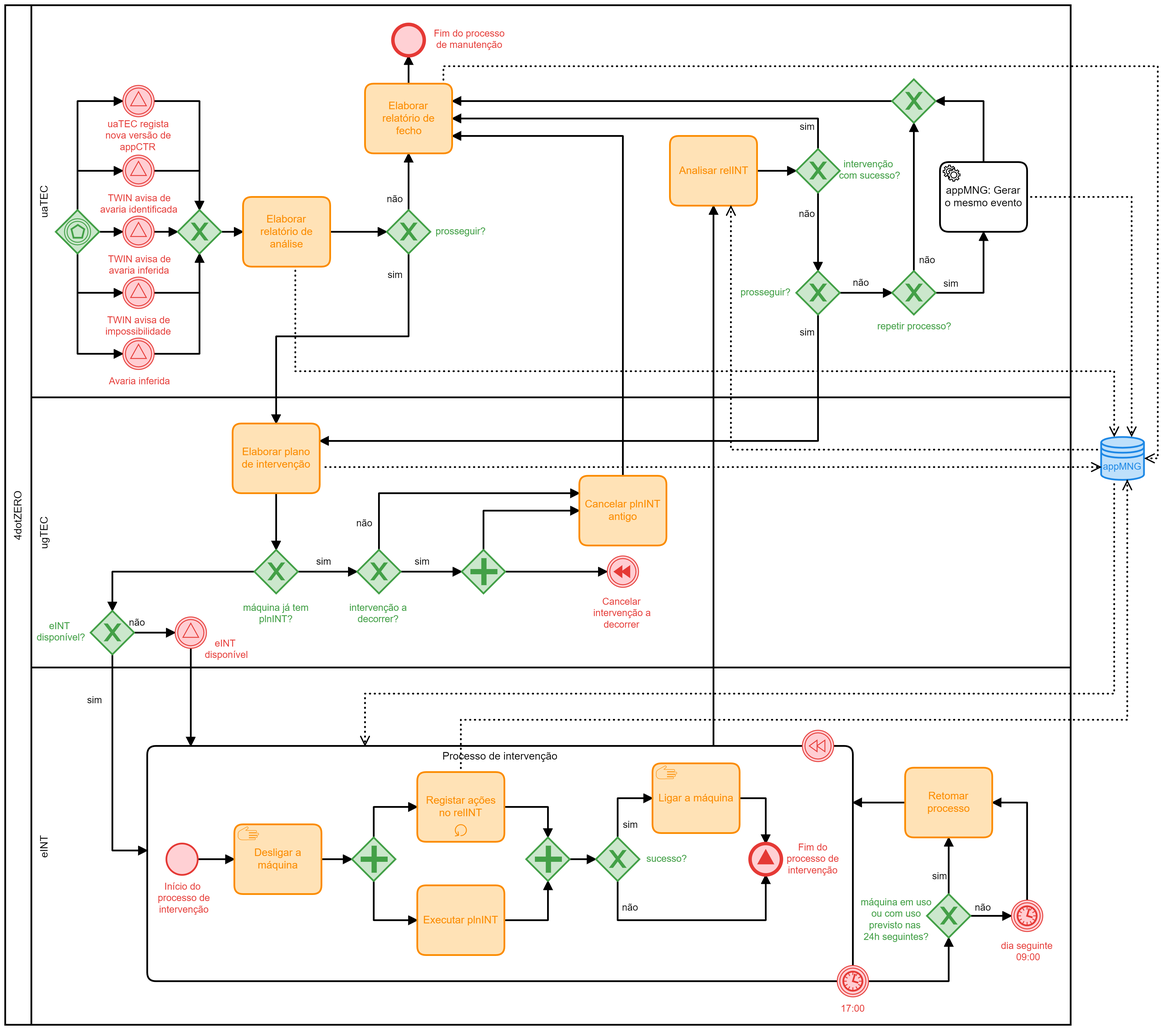
This is E2/MODL04_069_E2_1.png from martimfasantos/AMS, a BPMN export, as it was before one commit. Its source is kept beside it as E2/MODL04_069_E2_1.bpmn. Ids are renumbered.
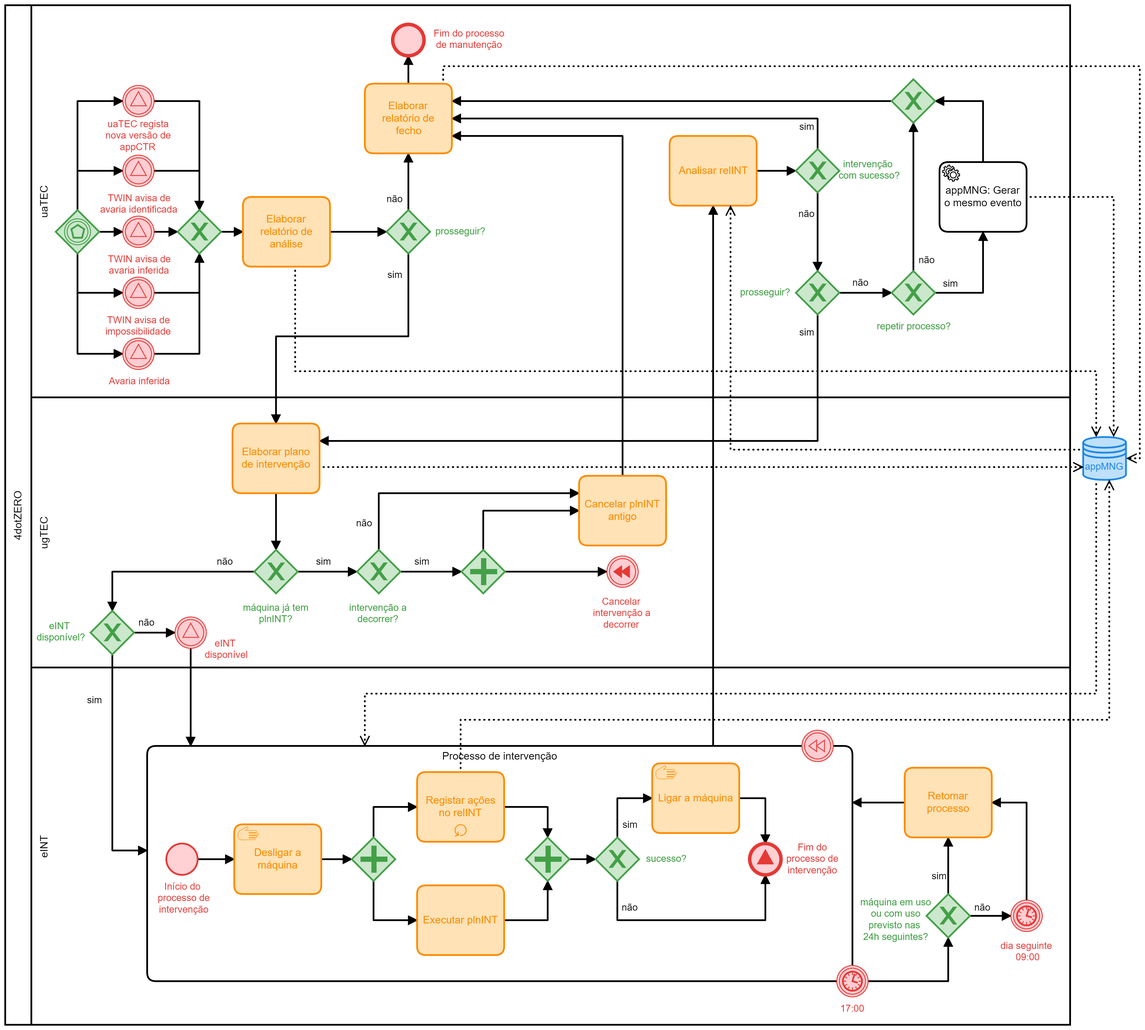
The same diagram one commit later.

What changed in the source:
```diff
@@ -96,11 +96,11 @@
       <bpmn:outgoing>Flow_n48</bpmn:outgoing>
     </bpmn:task>
     <bpmn:exclusiveGateway id="Gateway_n27">
-      <bpmn:incoming>Flow_n60</bpmn:incoming>
       <bpmn:incoming>Flow_n61</bpmn:incoming>
       <bpmn:incoming>Flow_n62</bpmn:incoming>
       <bpmn:incoming>Flow_n63</bpmn:incoming>
       <bpmn:incoming>Flow_n64</bpmn:incoming>
+      <bpmn:incoming>Flow_n60</bpmn:incoming>
       <bpmn:outgoing>Flow_n40</bpmn:outgoing>
     </bpmn:exclusiveGateway>
     <bpmn:intermediateCatchEvent id="Event_n28" name="Avaria inferida">
@@ -220,11 +220,6 @@
         <bpmn:incoming>Flow_n105</bpmn:incoming>
         <bpmn:outgoing>Flow_n106</bpmn:outgoing>
       </bpmn:manualTask>
-      <bpmn:endEvent id="Event_n107" name="Fim do&#10;processo de intervenção">
-        <bpmn:incoming>Flow_n106</bpmn:incoming>
-        <bpmn:incoming>Flow_n108</bpmn:incoming>
-        <bpmn:signalEventDefinition id="SignalEventDefinition_n109" />
-      </bpmn:endEvent>
       <bpmn:exclusiveGateway id="Gateway_n110" name="sucesso?">
         <bpmn:incoming>Flow_n102</bpmn:incoming>
         <bpmn:outgoing>Flow_n105</bpmn:outgoing>
@@ -234,6 +229,11 @@
       <bpmn:sequenceFlow id="Flow_n106" sourceRef="Activity_n104" targetRef="Event_n107" />
       <bpmn:sequenceFlow id="Flow_n108" name="não" sourceRef="Gateway_n110" targetRef="Event_n107" />
       <bpmn:sequenceFlow id="Flow_n102" sourceRef="Gateway_n100" targetRef="Gateway_n110" />
+      <bpmn:endEvent id="Event_n107" name="Fim do&#10;processo de intervenção">
+        <bpmn:incoming>Flow_n108</bpmn:incoming>
+        <bpmn:incoming>Flow_n106</bpmn:incoming>
+        <bpmn:signalEventDefinition id="SignalEventDefinition_n109" />
+      </bpmn:endEvent>
     </bpmn:subProcess>
     <bpmn:sequenceFlow id="Flow_n48" sourceRef="Activity_n11" targetRef="Activity_n25" />
     <bpmn:sequenceFlow id="Flow_n87" sourceRef="Event_n14" targetRef="Activity_n16" />
@@ -249,7 +249,7 @@
     <bpmn:sequenceFlow id="Flow_n58" name="sim" sourceRef="Gateway_n35" targetRef="Activity_n10" />
     <bpmn:sequenceFlow id="Flow_n51" sourceRef="Activity_n10" targetRef="Gateway_n7" />
     <bpmn:sequenceFlow id="Flow_n52" name="sim" sourceRef="Gateway_n7" targetRef="Gateway_n9" />
-    <bpmn:sequenceFlow id="Flow_n53" sourceRef="Gateway_n7" targetRef="Gateway_n13" />
+    <bpmn:sequenceFlow id="Flow_n53" name="não" sourceRef="Gateway_n7" targetRef="Gateway_n13" />
     <bpmn:sequenceFlow id="Flow_n55" sourceRef="Gateway_n8" targetRef="Activity_n11" />
     <bpmn:sequenceFlow id="Flow_n57" name="não" sourceRef="Gateway_n9" targetRef="Activity_n11" />
     <bpmn:sequenceFlow id="Flow_n56" sourceRef="Gateway_n8" targetRef="Event_n12" />
@@ -363,7 +363,7 @@
         <di:waypoint x="305" y="800" />
         <di:waypoint x="352" y="800" />
         <bpmndi:BPMNLabel>
-          <dc:Bounds x="299" y="782" width="19" height="14" />
+          <dc:Bounds x="310" y="782" width="19" height="14" />
         </bpmndi:BPMNLabel>
       </bpmndi:BPMNEdge>
       <bpmndi:BPMNEdge id="Flow_n84_di" bpmnElement="Flow_n84" bioc:stroke="#000" bioc:fill="#fff">
@@ -480,6 +480,9 @@
         <di:waypoint x="443" y="730" />
         <di:waypoint x="280" y="730" />
         <di:waypoint x="280" y="775" />
+        <bpmndi:BPMNLabel>
+          <dc:Bounds x="400" y="712" width="19" height="14" />
+        </bpmndi:BPMNLabel>
       </bpmndi:BPMNEdge>
       <bpmndi:BPMNEdge id="Flow_n52_di" bpmnElement="Flow_n52" bioc:stroke="#000" bioc:fill="#fff">
         <di:waypoint x="493" y="730" />
@@ -799,48 +802,47 @@
         <dc:Bounds x="1072" y="912" width="36" height="36" />
       </bpmndi:BPMNShape>
       <bpmndi:BPMNShape id="DataStoreReference_n43_di" bpmnElement="DataStoreReference_n43" bioc:stroke="#000" bioc:fill="#fff" color:background-color="#bbdefb" color:border-color="#1e88e5">
-        <dc:Bounds x="1415" y="575" width="50" height="50" />
-        <bpmndi:BPMNLabel>
-          <dc:Bounds x="1417" y="603" width="45" height="14" />
+        <dc:Bounds x="1395" y="575" width="50" height="50" />
+        <bpmndi:BPMNLabel>
+          <dc:Bounds x="1397" y="603" width="45" height="14" />
         </bpmndi:BPMNLabel>
       </bpmndi:BPMNShape>
       <bpmndi:BPMNEdge id="DataOutputAssociation_n42_di" bpmnElement="DataOutputAssociation_n42">
         <di:waypoint x="490" y="380" />
         <di:waypoint x="490" y="500" />
-        <di:waypoint x="1430" y="500" />
-        <di:waypoint x="1430" y="575" />
+        <di:waypoint x="1410" y="500" />
+        <di:waypoint x="1410" y="575" />
       </bpmndi:BPMNEdge>
       <bpmndi:BPMNEdge id="DataOutputAssociation_n50_di" bpmnElement="DataOutputAssociation_n50">
         <di:waypoint x="660" y="170" />
         <di:waypoint x="660" y="150" />
-        <di:waypoint x="1480" y="150" />
-        <di:waypoint x="1480" y="600" />
-        <di:waypoint x="1465" y="600" />
+        <di:waypoint x="1460" y="150" />
+        <di:waypoint x="1460" y="600" />
+        <di:waypoint x="1445" y="600" />
       </bpmndi:BPMNEdge>
       <bpmndi:BPMNEdge id="DataOutputAssociation_n59_di" bpmnElement="DataOutputAssociation_n59">
-        <di:waypoint x="520" y="610" />
-        <di:waypoint x="1415" y="610" />
+        <di:waypoint x="518" y="610" />
+        <di:waypoint x="1395" y="610" />
       </bpmndi:BPMNEdge>
       <bpmndi:BPMNEdge id="DataInputAssociation_n78_di" bpmnElement="DataInputAssociation_n78">
-        <di:waypoint x="1415" y="590" />
-        <di:waypoint x="1410" y="590" />
+        <di:waypoint x="1395" y="590" />
         <di:waypoint x="990" y="590" />
         <di:waypoint x="990" y="310" />
       </bpmndi:BPMNEdge>
       <bpmndi:BPMNEdge id="DataOutputAssociation_n83_di" bpmnElement="DataOutputAssociation_n83">
         <di:waypoint x="1330" y="300" />
-        <di:waypoint x="1450" y="300" />
-        <di:waypoint x="1450" y="575" />
+        <di:waypoint x="1430" y="300" />
+        <di:waypoint x="1430" y="575" />
       </bpmndi:BPMNEdge>
       <bpmndi:BPMNEdge id="DataOutputAssociation_n95_di" bpmnElement="DataOutputAssociation_n95">
         <di:waypoint x="680" y="960" />
         <di:waypoint x="680" y="900" />
-        <di:waypoint x="1445" y="900" />
-        <di:waypoint x="1445" y="625" />
+        <di:waypoint x="1425" y="900" />
+        <di:waypoint x="1425" y="625" />
       </bpmndi:BPMNEdge>
       <bpmndi:BPMNEdge id="DataInputAssociation_n89_di" bpmnElement="DataInputAssociation_n89">
-        <di:waypoint x="1430" y="625" />
-        <di:waypoint x="1430" y="870" />
+        <di:waypoint x="1410" y="625" />
+        <di:waypoint x="1410" y="870" />
         <di:waypoint x="570" y="870" />
         <di:waypoint x="570" y="930" />
       </bpmndi:BPMNEdge>
```
